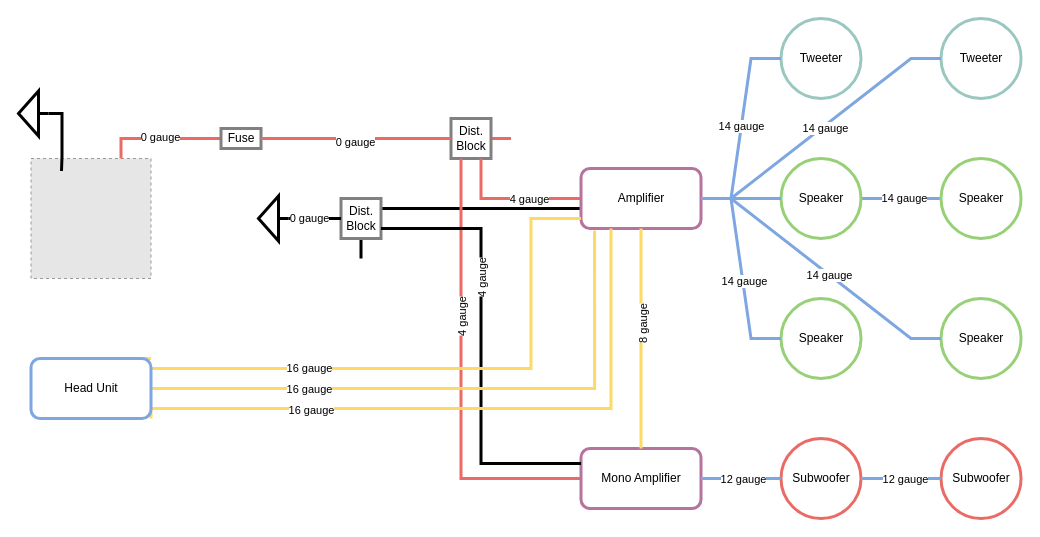
The draw.io diagram Kia Optima Stereo.drawio in nicholasleblanc/diagrams, before the edit. Source tidied: cells renumbered, new cells numbered last; positions are measured from the earlier drawing's top-left corner, leaving out a move shared by most shapes. Both pictures are drawn from the tidied source at 100%, with x=0, y=0 at pixel (10, 18). Pictures stored in the file or linked from it are replaced by grey dashed boxes.
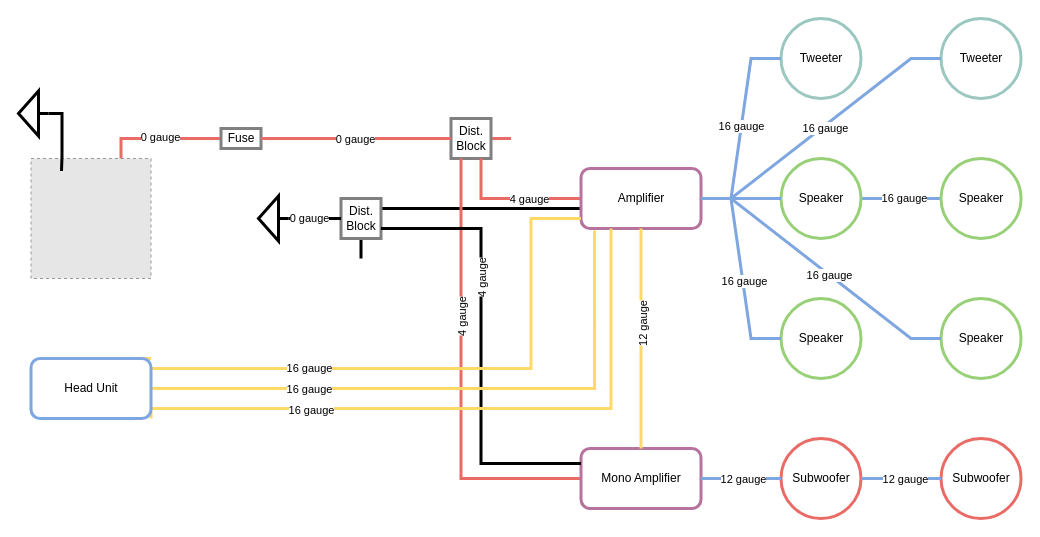
Above is the later version.

Unchanged cells that the change refers to:
```xml
<mxCell id="2" style="edgeStyle=entityRelationEdgeStyle;rounded=0;jettySize=auto;html=1;entryX=0;entryY=0.5;entryDx=0;entryDy=0;strokeColor=#7EA6E0;strokeWidth=3;endArrow=none;endFill=0;" parent="1" edge="1" source="17" target="44">
  <mxGeometry relative="1" as="geometry" />
</mxCell>
<mxCell id="13" style="edgeStyle=orthogonalEdgeStyle;rounded=0;jettySize=auto;html=1;entryX=1;entryY=0.5;entryDx=0;entryDy=0;strokeColor=#EA6B66;strokeWidth=3;endArrow=none;endFill=0;" parent="1" edge="1" source="9" target="12">
  <mxGeometry relative="1" as="geometry" />
</mxCell>
<mxCell id="23" style="rounded=0;jettySize=auto;html=1;strokeColor=#FFD966;strokeWidth=3;endArrow=none;endFill=0;" parent="1" edge="1" source="17" target="20">
  <mxGeometry relative="1" as="geometry" />
</mxCell>
<mxCell id="37" style="edgeStyle=entityRelationEdgeStyle;rounded=0;jettySize=auto;html=1;entryX=0;entryY=0.5;entryDx=0;entryDy=0;strokeColor=#7EA6E0;strokeWidth=3;endArrow=none;endFill=0;" parent="1" edge="1" source="17" target="36">
  <mxGeometry relative="1" as="geometry" />
</mxCell>
<mxCell id="40" style="edgeStyle=entityRelationEdgeStyle;rounded=0;jettySize=auto;html=1;entryX=0;entryY=0.5;entryDx=0;entryDy=0;strokeColor=#7EA6E0;strokeWidth=3;endArrow=none;endFill=0;" parent="1" edge="1" source="17" target="39">
  <mxGeometry relative="1" as="geometry" />
</mxCell>
<mxCell id="46" style="edgeStyle=entityRelationEdgeStyle;rounded=0;jettySize=auto;html=1;entryX=0;entryY=0.5;entryDx=0;entryDy=0;strokeColor=#7EA6E0;strokeWidth=3;endArrow=none;endFill=0;" parent="1" edge="1" source="17" target="45">
  <mxGeometry relative="1" as="geometry" />
</mxCell>
<mxCell id="49" style="edgeStyle=entityRelationEdgeStyle;rounded=0;jettySize=auto;html=1;entryX=0;entryY=0.5;entryDx=0;entryDy=0;strokeColor=#7EA6E0;strokeWidth=3;endArrow=none;endFill=0;" parent="1" edge="1" source="17" target="48">
  <mxGeometry relative="1" as="geometry" />
</mxCell>
```

What changed in the source:
```diff
@@
-    <mxCell id="3" value="14 gauge" style="edgeLabel;html=1;align=center;verticalAlign=middle;" parent="2" vertex="1">
+    <mxCell id="3" value="16 gauge" style="edgeLabel;html=1;align=center;verticalAlign=middle;" parent="2" vertex="1">
       <mxGeometry x="0.69" y="1" relative="1" as="geometry" />
     </mxCell>
@@
     <mxCell id="14" value="0 gauge" style="edgeLabel;html=1;align=center;verticalAlign=middle;" parent="13" vertex="1">
       <mxGeometry x="0.02" y="3" relative="1" as="geometry">
-        <mxPoint x="1" as="offset" />
+        <mxPoint x="1" y="-3" as="offset" />
       </mxGeometry>
     </mxCell>
@@
-    <mxCell id="24" value="8 gauge" style="edgeLabel;html=1;align=center;verticalAlign=middle;rotation=-90;" parent="23" vertex="1">
+    <mxCell id="24" value="12 gauge" style="edgeLabel;html=1;align=center;verticalAlign=middle;rotation=-90;" parent="23" vertex="1">
       <mxGeometry x="-0.13" y="1" relative="1" as="geometry" />
     </mxCell>
@@
-    <mxCell id="38" value="14 gauge" style="edgeLabel;html=1;align=center;verticalAlign=middle;" parent="37" vertex="1">
+    <mxCell id="38" value="16 gauge" style="edgeLabel;html=1;align=center;verticalAlign=middle;" parent="37" vertex="1">
       <mxGeometry x="0.12" y="1" relative="1" as="geometry" />
     </mxCell>
@@
-    <mxCell id="41" value="14 gauge" style="edgeLabel;html=1;align=center;verticalAlign=middle;" parent="40" vertex="1">
+    <mxCell id="41" value="16 gauge" style="edgeLabel;html=1;align=center;verticalAlign=middle;" parent="40" vertex="1">
       <mxGeometry x="0.07" relative="1" as="geometry" />
     </mxCell>
@@
-    <mxCell id="47" value="14 gauge" style="edgeLabel;html=1;align=center;verticalAlign=middle;" parent="46" vertex="1">
+    <mxCell id="47" value="16 gauge" style="edgeLabel;html=1;align=center;verticalAlign=middle;" parent="46" vertex="1">
       <mxGeometry x="0.02" relative="1" as="geometry" />
     </mxCell>
@@
-    <mxCell id="50" value="14 gauge" style="edgeLabel;html=1;align=center;verticalAlign=middle;" parent="49" vertex="1">
+    <mxCell id="50" value="16 gauge" style="edgeLabel;html=1;align=center;verticalAlign=middle;" parent="49" vertex="1">
       <mxGeometry x="0.02" y="-2" relative="1" as="geometry" />
     </mxCell>
```
